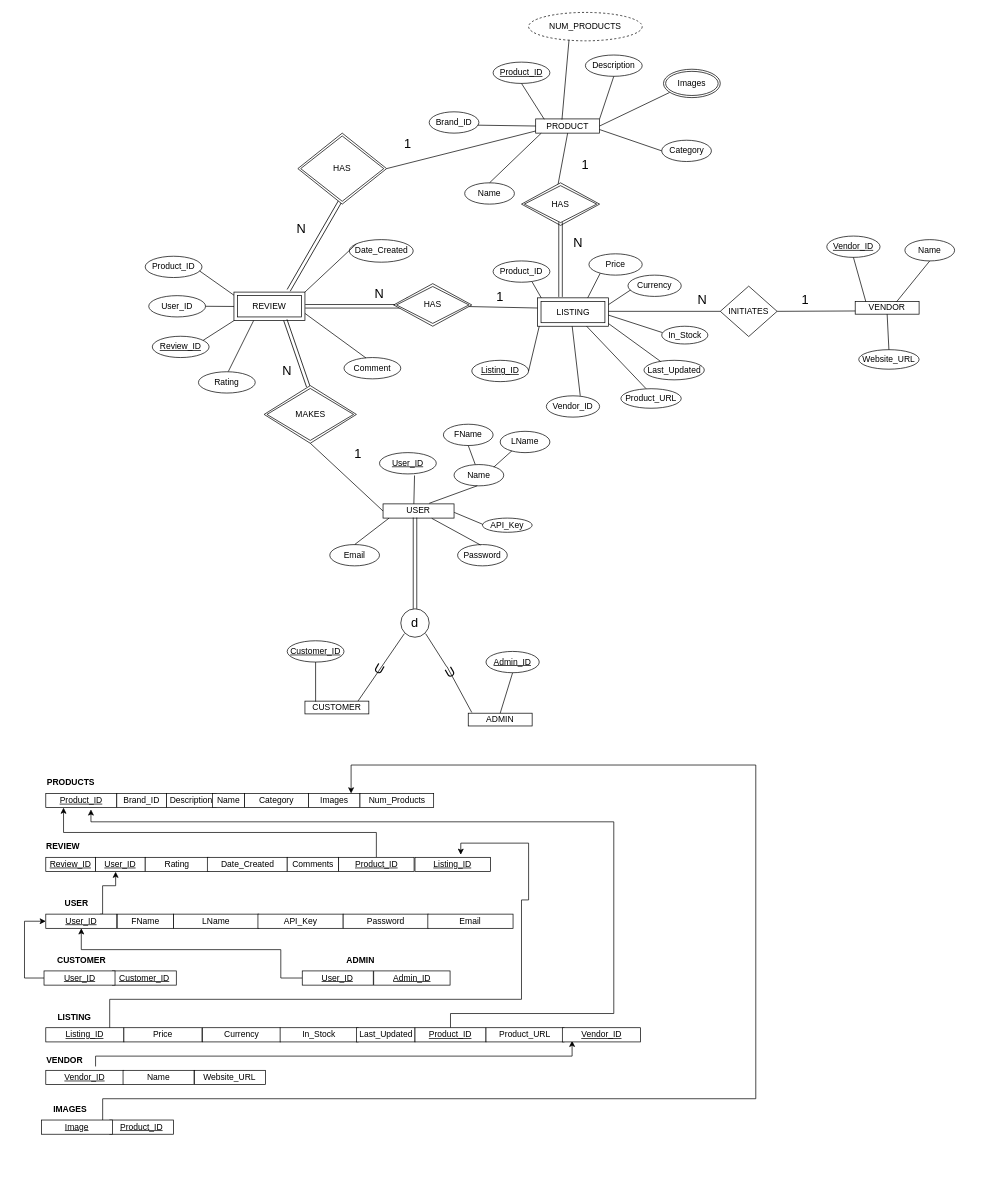
The draw.io diagram cos221prac/PA5/COS221_ASSIGN5.drawio in u24574547/COS_221_Assignment_5, before the edit. Source tidied: cells renumbered, new cells numbered last; positions are measured from the earlier drawing's top-left corner, leaving out a move shared by most shapes. Both pictures are drawn from the tidied source at 71%, with x=0, y=0 at pixel (24, 12).
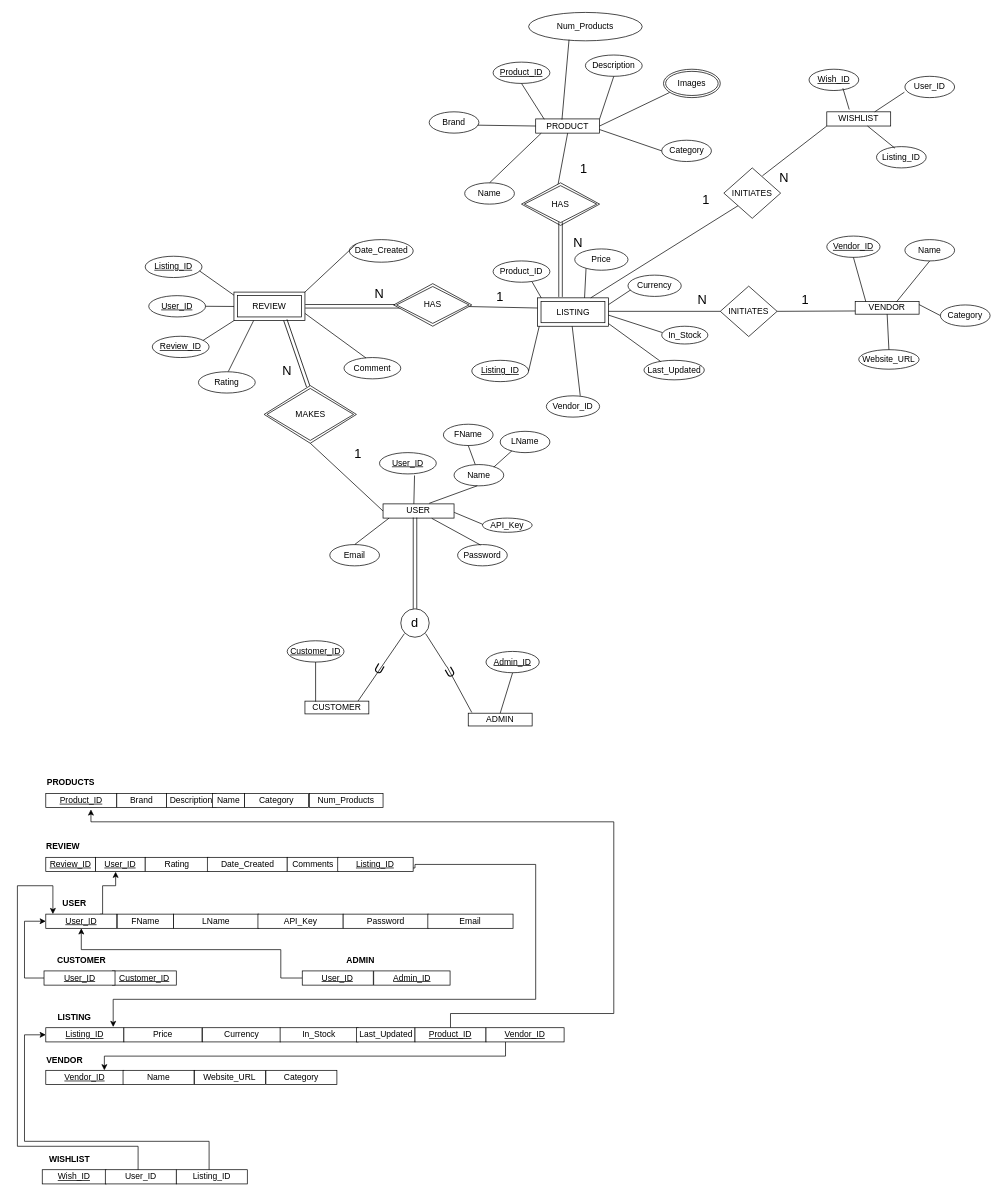
The same page after the edit.

The change refers to these unchanged cells:
```xml
<mxCell id="3" value="VENDOR" style="whiteSpace=wrap;html=1;align=center;" parent="1" vertex="1">
  <mxGeometry x="1170" y="407" width="90" height="18" as="geometry" />
</mxCell>
<mxCell id="102" value="LISTING" style="shape=ext;margin=3;double=1;whiteSpace=wrap;html=1;align=center;" parent="1" vertex="1">
  <mxGeometry x="722.5" y="402" width="100" height="40" as="geometry" />
</mxCell>
<mxCell id="113" value="&lt;u&gt;Product_ID&lt;/u&gt;" style="rounded=0;whiteSpace=wrap;html=1;" parent="1" vertex="1">
  <mxGeometry x="30" y="1100" width="100" height="20" as="geometry" />
</mxCell>
<mxCell id="128" value="&lt;u&gt;User_ID&lt;/u&gt;" style="rounded=0;whiteSpace=wrap;html=1;" parent="1" vertex="1">
  <mxGeometry x="30" y="1270" width="100" height="20" as="geometry" />
</mxCell>
<mxCell id="131" value="&lt;u&gt;Listing_ID&lt;/u&gt;" style="rounded=0;whiteSpace=wrap;html=1;" parent="1" vertex="1">
  <mxGeometry x="30" y="1430" width="110" height="20" as="geometry" />
</mxCell>
<mxCell id="143" value="&lt;p class=&quot;MsoNormal&quot;&gt;&lt;b&gt;VENDOR&lt;/b&gt;&lt;/p&gt;" style="text;whiteSpace=wrap;html=1;" parent="1" vertex="1">
  <mxGeometry x="28.8" y="1450" width="100" height="60" as="geometry" />
</mxCell>
<mxCell id="144" value="&lt;u&gt;Vendor_ID&lt;/u&gt;" style="rounded=0;whiteSpace=wrap;html=1;" parent="1" vertex="1">
  <mxGeometry x="30" y="1490" width="110" height="20" as="geometry" />
</mxCell>
```

Diff of the diagram source:
```diff
@@
-    <mxCell id="8" value="Brand_ID" style="ellipse;whiteSpace=wrap;html=1;align=center;" parent="1" vertex="1">
+    <mxCell id="8" value="Brand" style="ellipse;whiteSpace=wrap;html=1;align=center;" parent="1" vertex="1">
       <mxGeometry x="570" y="140" width="70" height="30" as="geometry" />
     </mxCell>
@@
     <mxCell id="24" value="Price" style="ellipse;whiteSpace=wrap;html=1;align=center;" parent="1" vertex="1">
-      <mxGeometry x="795" y="340" width="75" height="30" as="geometry" />
+      <mxGeometry x="775" y="333.1" width="75" height="30" as="geometry" />
     </mxCell>
@@
-    <mxCell id="30" value="Product_URL" style="ellipse;whiteSpace=wrap;html=1;align=center;" parent="1" vertex="1">
-      <mxGeometry x="840" y="530" width="85" height="27.5" as="geometry" />
-    </mxCell>
-    <mxCell id="31" style="endArrow=none;html=1;rounded=0;entryX=0.562;entryY=1.019;entryDx=0;entryDy=0;entryPerimeter=0;exitX=0.416;exitY=-0.005;exitDx=0;exitDy=0;exitPerimeter=0;" parent="1" edge="1" source="30">
-      <mxGeometry relative="1" as="geometry">
-        <mxPoint x="780.6" y="430.3" as="targetPoint" />
-      </mxGeometry>
-    </mxCell>
@@
-    <mxCell id="43" value="Product_ID" style="ellipse;whiteSpace=wrap;html=1;align=center;" parent="1" vertex="1">
+    <mxCell id="43" value="&lt;u&gt;Listing_ID&lt;/u&gt;" style="ellipse;whiteSpace=wrap;html=1;align=center;" parent="1" vertex="1">
       <mxGeometry x="170" y="343.4" width="80" height="30" as="geometry" />
     </mxCell>
-    <mxCell id="44" value="User_ID" style="ellipse;whiteSpace=wrap;html=1;align=center;" parent="1" vertex="1">
+    <mxCell id="44" value="&lt;u&gt;User_ID&lt;/u&gt;" style="ellipse;whiteSpace=wrap;html=1;align=center;" parent="1" vertex="1">
       <mxGeometry x="175" y="398.9" width="80" height="30" as="geometry" />
     </mxCell>
@@
-    <mxCell id="68" value="&lt;font style=&quot;font-size: 18px;&quot;&gt;N&lt;/font&gt;" style="text;html=1;align=center;verticalAlign=middle;whiteSpace=wrap;rounded=0;" parent="1" vertex="1">
-      <mxGeometry x="360" y="290" width="60" height="30" as="geometry" />
-    </mxCell>
@@
     <mxCell id="70" value="&lt;font style=&quot;font-size: 18px;&quot;&gt;1&lt;/font&gt;" style="text;html=1;align=center;verticalAlign=middle;whiteSpace=wrap;rounded=0;" parent="1" vertex="1">
-      <mxGeometry x="760" y="200" width="60" height="30" as="geometry" />
+      <mxGeometry x="757.5" y="205" width="60" height="30" as="geometry" />
     </mxCell>
-    <mxCell id="71" style="endArrow=none;html=1;rounded=0;entryX=1;entryY=0.5;entryDx=0;entryDy=0;" parent="1" edge="1" target="101">
-      <mxGeometry relative="1" as="geometry">
-        <mxPoint x="720" y="167" as="sourcePoint" />
-      </mxGeometry>
-    </mxCell>
-    <mxCell id="72" value="&lt;font style=&quot;font-size: 18px;&quot;&gt;1&lt;/font&gt;" style="text;html=1;align=center;verticalAlign=middle;whiteSpace=wrap;rounded=0;" parent="1" vertex="1">
-      <mxGeometry x="510" y="170" width="60" height="30" as="geometry" />
-    </mxCell>
@@
-    <mxCell id="95" style="shape=partialRectangle;whiteSpace=wrap;html=1;top=0;bottom=0;fillColor=none;rotation=30;" parent="1" vertex="1">
-      <mxGeometry x="406.3" y="255.2" width="5" height="145.4" as="geometry" />
-    </mxCell>
@@
-    <mxCell id="101" value="HAS" style="shape=rhombus;double=1;perimeter=rhombusPerimeter;whiteSpace=wrap;html=1;align=center;" parent="1" vertex="1">
-      <mxGeometry x="385" y="170" width="125" height="100" as="geometry" />
-    </mxCell>
@@
-    <mxCell id="105" value="NUM_PRODUCTS" style="ellipse;whiteSpace=wrap;html=1;align=center;dashed=1;" parent="1" vertex="1">
+    <mxCell id="105" value="Num_Products" style="ellipse;whiteSpace=wrap;html=1;align=center;" parent="1" vertex="1">
       <mxGeometry x="710" width="160" height="40" as="geometry" />
     </mxCell>
@@
     <mxCell id="109" value="&lt;b&gt;USER&lt;/b&gt;" style="text;html=1;align=center;verticalAlign=middle;strokeColor=none;fillColor=none;" parent="1" vertex="1">
-      <mxGeometry x="42.5" y="1240" width="60" height="30" as="geometry" />
+      <mxGeometry x="40" y="1240" width="60" height="30" as="geometry" />
     </mxCell>
@@
-    <mxCell id="114" value="Brand_ID" style="rounded=0;whiteSpace=wrap;html=1;" parent="1" vertex="1">
+    <mxCell id="114" value="Brand" style="rounded=0;whiteSpace=wrap;html=1;" parent="1" vertex="1">
       <mxGeometry x="130" y="1100" width="70" height="20" as="geometry" />
     </mxCell>
@@
-    <mxCell id="118" value="Images" style="rounded=0;whiteSpace=wrap;html=1;" parent="1" vertex="1">
-      <mxGeometry x="400" y="1100" width="72.5" height="20" as="geometry" />
-    </mxCell>
     <mxCell id="119" value="Num_Products" style="rounded=0;whiteSpace=wrap;html=1;" parent="1" vertex="1">
-      <mxGeometry x="472.5" y="1100" width="103.8" height="20" as="geometry" />
+      <mxGeometry x="401.2" y="1100" width="103.8" height="20" as="geometry" />
     </mxCell>
@@
-    <mxCell id="125" style="edgeStyle=orthogonalEdgeStyle;rounded=0;jettySize=auto;html=1;exitX=0.5;exitY=0;exitDx=0;exitDy=0;entryX=0.25;entryY=1;entryDx=0;entryDy=0;" parent="1" edge="1" source="126" target="113">
-      <mxGeometry relative="1" as="geometry" />
-    </mxCell>
-    <mxCell id="126" value="&lt;u&gt;Product_ID&lt;/u&gt;" style="rounded=0;whiteSpace=wrap;html=1;" parent="1" vertex="1">
-      <mxGeometry x="442.5" y="1190" width="106.2" height="20" as="geometry" />
-    </mxCell>
@@
-    <mxCell id="138" style="edgeStyle=orthogonalEdgeStyle;rounded=0;jettySize=auto;html=1;entryX=0.125;entryY=0.919;entryDx=0;entryDy=0;entryPerimeter=0;exitX=0.713;exitY=0.576;exitDx=0;exitDy=0;exitPerimeter=0;" parent="1" edge="1" source="143" target="153">
+    <mxCell id="138" style="edgeStyle=orthogonalEdgeStyle;rounded=0;jettySize=auto;html=1;exitX=0.25;exitY=1;exitDx=0;exitDy=0;entryX=0.75;entryY=0;entryDx=0;entryDy=0;" parent="1" edge="1" source="153" target="144">
       <mxGeometry relative="1" as="geometry">
         <Array as="points">
-          <mxPoint x="100" y="1470" />
-          <mxPoint x="771" y="1470" />
+          <mxPoint x="678" y="1470" />
+          <mxPoint x="113" y="1470" />
         </Array>
       </mxGeometry>
     </mxCell>
@@
-    <mxCell id="152" value="Product_URL" style="rounded=0;whiteSpace=wrap;html=1;" parent="1" vertex="1">
-      <mxGeometry x="650" y="1430" width="110" height="20" as="geometry" />
-    </mxCell>
     <mxCell id="153" value="&lt;u&gt;Vendor_ID&lt;/u&gt;" style="rounded=0;whiteSpace=wrap;html=1;" parent="1" vertex="1">
-      <mxGeometry x="757.5" y="1430" width="110" height="20" as="geometry" />
+      <mxGeometry x="650" y="1430" width="110" height="20" as="geometry" />
     </mxCell>
@@
-    <mxCell id="156" value="&lt;u&gt;Product_ID&lt;/u&gt;" style="rounded=0;whiteSpace=wrap;html=1;" parent="1" vertex="1">
-      <mxGeometry x="120" y="1560" width="90" height="20" as="geometry" />
-    </mxCell>
-    <mxCell id="157" value="&lt;u&gt;Image&lt;/u&gt;" style="rounded=0;whiteSpace=wrap;html=1;" parent="1" vertex="1">
-      <mxGeometry x="23.8" y="1560" width="100" height="20" as="geometry" />
-    </mxCell>
-    <mxCell id="158" value="&lt;b&gt;IMAGES&lt;/b&gt;" style="text;html=1;align=center;verticalAlign=middle;strokeColor=none;fillColor=none;" parent="1" vertex="1">
-      <mxGeometry x="28.8" y="1530" width="70" height="30" as="geometry" />
-    </mxCell>
-    <mxCell id="159" style="edgeStyle=orthogonalEdgeStyle;rounded=0;jettySize=auto;html=1;exitX=0.863;exitY=0;exitDx=0;exitDy=0;exitPerimeter=0;" parent="1" edge="1" source="157">
-      <mxGeometry relative="1" as="geometry">
-        <mxPoint x="460" y="1100" as="targetPoint" />
-        <Array as="points">
-          <mxPoint x="110" y="1530" />
-          <mxPoint x="1030" y="1530" />
-          <mxPoint x="1030" y="1060" />
-          <mxPoint x="460" y="1060" />
-        </Array>
-      </mxGeometry>
-    </mxCell>
     <mxCell id="160" value="&lt;u&gt;Listing_ID&lt;/u&gt;" style="rounded=0;whiteSpace=wrap;html=1;" parent="1" vertex="1">
-      <mxGeometry x="550" y="1190" width="106.2" height="20" as="geometry" />
+      <mxGeometry x="441.2" y="1190" width="106.2" height="20" as="geometry" />
     </mxCell>
-    <mxCell id="161" style="edgeStyle=orthogonalEdgeStyle;rounded=0;jettySize=auto;html=1;entryX=0.607;entryY=-0.178;entryDx=0;entryDy=0;entryPerimeter=0;" parent="1" edge="1" target="160">
+    <mxCell id="161" style="edgeStyle=orthogonalEdgeStyle;rounded=0;jettySize=auto;html=1;entryX=0.863;entryY=-0.049;entryDx=0;entryDy=0;entryPerimeter=0;exitX=1;exitY=0.75;exitDx=0;exitDy=0;" parent="1" edge="1" source="160" target="131">
       <mxGeometry relative="1" as="geometry">
-        <mxPoint x="120" y="1430" as="sourcePoint" />
         <Array as="points">
-          <mxPoint x="120" y="1390" />
-          <mxPoint x="700" y="1390" />
-          <mxPoint x="700" y="1250" />
-          <mxPoint x="710" y="1250" />
-          <mxPoint x="710" y="1170" />
-          <mxPoint x="615" y="1170" />
+          <mxPoint x="550" y="1205" />
+          <mxPoint x="550" y="1200" />
+          <mxPoint x="720" y="1200" />
+          <mxPoint x="720" y="1390" />
+          <mxPoint x="125" y="1390" />
         </Array>
       </mxGeometry>
     </mxCell>
+    <mxCell id="162" value="WISHLIST" style="whiteSpace=wrap;html=1;align=center;" parent="1" vertex="1">
+      <mxGeometry x="1130" y="140" width="90" height="20" as="geometry" />
+    </mxCell>
+    <mxCell id="163" value="INITIATES" style="rhombus;whiteSpace=wrap;html=1;direction=west;" parent="1" vertex="1">
+      <mxGeometry x="985" y="219" width="80" height="71" as="geometry" />
+    </mxCell>
+    <mxCell id="164" style="endArrow=none;html=1;rounded=0;exitX=0.321;exitY=0.843;exitDx=0;exitDy=0;exitPerimeter=0;" parent="1" edge="1" source="163">
+      <mxGeometry relative="1" as="geometry">
+        <mxPoint x="1130" y="160" as="targetPoint" />
+      </mxGeometry>
+    </mxCell>
+    <mxCell id="165" style="endArrow=none;html=1;rounded=0;exitX=0.75;exitY=0;exitDx=0;exitDy=0;entryX=1;entryY=0;entryDx=0;entryDy=0;" parent="1" edge="1" source="102" target="163">
+      <mxGeometry relative="1" as="geometry" />
+    </mxCell>
+    <mxCell id="166" value="User_ID" style="ellipse;whiteSpace=wrap;html=1;align=center;direction=west;" parent="1" vertex="1">
+      <mxGeometry x="1240" y="90" width="70" height="30" as="geometry" />
+    </mxCell>
+    <mxCell id="167" value="Listing_ID" style="ellipse;whiteSpace=wrap;html=1;align=center;direction=west;" parent="1" vertex="1">
+      <mxGeometry x="1200" y="189" width="70" height="30" as="geometry" />
+    </mxCell>
+    <mxCell id="168" value="&lt;u&gt;Wish_ID&lt;/u&gt;" style="ellipse;whiteSpace=wrap;html=1;align=center;direction=west;" parent="1" vertex="1">
+      <mxGeometry x="1105" y="80" width="70" height="30" as="geometry" />
+    </mxCell>
+    <mxCell id="169" style="endArrow=none;html=1;rounded=0;entryX=0.629;entryY=0.925;entryDx=0;entryDy=0;entryPerimeter=0;" parent="1" edge="1" source="162" target="167">
+      <mxGeometry relative="1" as="geometry" />
+    </mxCell>
+    <mxCell id="170" style="endArrow=none;html=1;rounded=0;entryX=1.01;entryY=0.255;entryDx=0;entryDy=0;entryPerimeter=0;exitX=0.75;exitY=0;exitDx=0;exitDy=0;" parent="1" edge="1" source="162" target="166">
+      <mxGeometry relative="1" as="geometry" />
+    </mxCell>
+    <mxCell id="171" style="endArrow=none;html=1;rounded=0;entryX=0.319;entryY=0.107;entryDx=0;entryDy=0;entryPerimeter=0;exitX=0.351;exitY=-0.16;exitDx=0;exitDy=0;exitPerimeter=0;" parent="1" edge="1" source="162" target="168">
+      <mxGeometry relative="1" as="geometry" />
+    </mxCell>
+    <mxCell id="172" value="Category" style="ellipse;whiteSpace=wrap;html=1;align=center;direction=west;" parent="1" vertex="1">
+      <mxGeometry x="1290" y="412" width="70" height="30" as="geometry" />
+    </mxCell>
+    <mxCell id="173" style="endArrow=none;html=1;rounded=0;entryX=1;entryY=0.5;entryDx=0;entryDy=0;exitX=1;exitY=0.25;exitDx=0;exitDy=0;" parent="1" edge="1" source="3" target="172">
+      <mxGeometry relative="1" as="geometry" />
+    </mxCell>
+    <mxCell id="174" value="Category" style="rounded=0;whiteSpace=wrap;html=1;" parent="1" vertex="1">
+      <mxGeometry x="340" y="1490" width="100" height="20" as="geometry" />
+    </mxCell>
+    <mxCell id="72" value="&lt;font style=&quot;font-size: 18px;&quot;&gt;1&lt;/font&gt;" style="text;html=1;align=center;verticalAlign=middle;whiteSpace=wrap;rounded=0;" parent="1" vertex="1">
+      <mxGeometry x="930" y="250" width="60" height="30" as="geometry" />
+    </mxCell>
+    <mxCell id="68" value="&lt;font style=&quot;font-size: 18px;&quot;&gt;N&lt;/font&gt;" style="text;html=1;align=center;verticalAlign=middle;whiteSpace=wrap;rounded=0;" parent="1" vertex="1">
+      <mxGeometry x="1040" y="219" width="60" height="30" as="geometry" />
+    </mxCell>
+    <mxCell id="175" value="&lt;b&gt;WISHLIST&lt;/b&gt;" style="text;html=1;align=center;verticalAlign=middle;strokeColor=none;fillColor=none;" parent="1" vertex="1">
+      <mxGeometry x="22.5" y="1600" width="80" height="30" as="geometry" />
+    </mxCell>
+    <mxCell id="176" value="&lt;u&gt;Wish_ID&lt;/u&gt;" style="rounded=0;whiteSpace=wrap;html=1;" parent="1" vertex="1">
+      <mxGeometry x="25" y="1630" width="90" height="20" as="geometry" />
+    </mxCell>
+    <mxCell id="177" value="User_ID" style="rounded=0;whiteSpace=wrap;html=1;" parent="1" vertex="1">
+      <mxGeometry x="113.8" y="1630" width="100" height="20" as="geometry" />
+    </mxCell>
+    <mxCell id="178" value="Listing_ID" style="rounded=0;whiteSpace=wrap;html=1;" parent="1" vertex="1">
+      <mxGeometry x="213.8" y="1630" width="100" height="20" as="geometry" />
+    </mxCell>
+    <mxCell id="179" style="edgeStyle=orthogonalEdgeStyle;rounded=0;jettySize=auto;html=1;entryX=0.1;entryY=0;entryDx=0;entryDy=0;entryPerimeter=0;" parent="1" edge="1" target="128">
+      <mxGeometry relative="1" as="geometry">
+        <mxPoint x="160" y="1630" as="sourcePoint" />
+        <Array as="points">
+          <mxPoint x="160" y="1597" />
+          <mxPoint x="-10" y="1597" />
+          <mxPoint x="-10" y="1230" />
+          <mxPoint x="40" y="1230" />
+        </Array>
+      </mxGeometry>
+    </mxCell>
+    <mxCell id="180" style="edgeStyle=orthogonalEdgeStyle;rounded=0;jettySize=auto;html=1;" parent="1" edge="1" target="131">
+      <mxGeometry relative="1" as="geometry">
+        <mxPoint x="260" y="1630" as="sourcePoint" />
+        <Array as="points">
+          <mxPoint x="260" y="1590" />
+          <mxPoint y="1590" />
+          <mxPoint y="1440" />
+        </Array>
+      </mxGeometry>
+    </mxCell>
```
